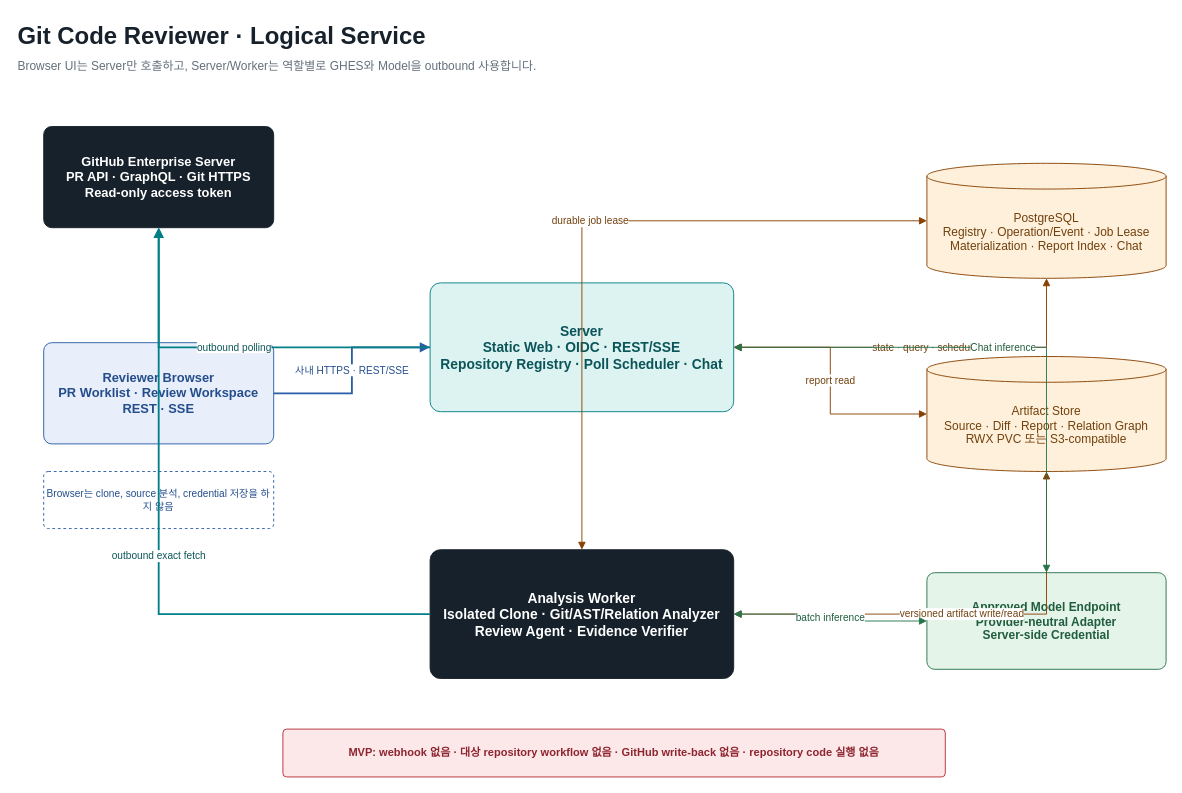
Above: page "1. Logical Service" (1 of 2) of .documents/visuals/git-code-reviewer.drawio in pydemia/git-code-reviewer (draw.io), before the change. Source tidied: cells renumbered, new cells numbered last; positions are measured from the earlier drawing's top-left corner, leaving out a move shared by most shapes. Both pictures are drawn from the tidied source at 92%, with x=0, y=0 at pixel (16, 16).
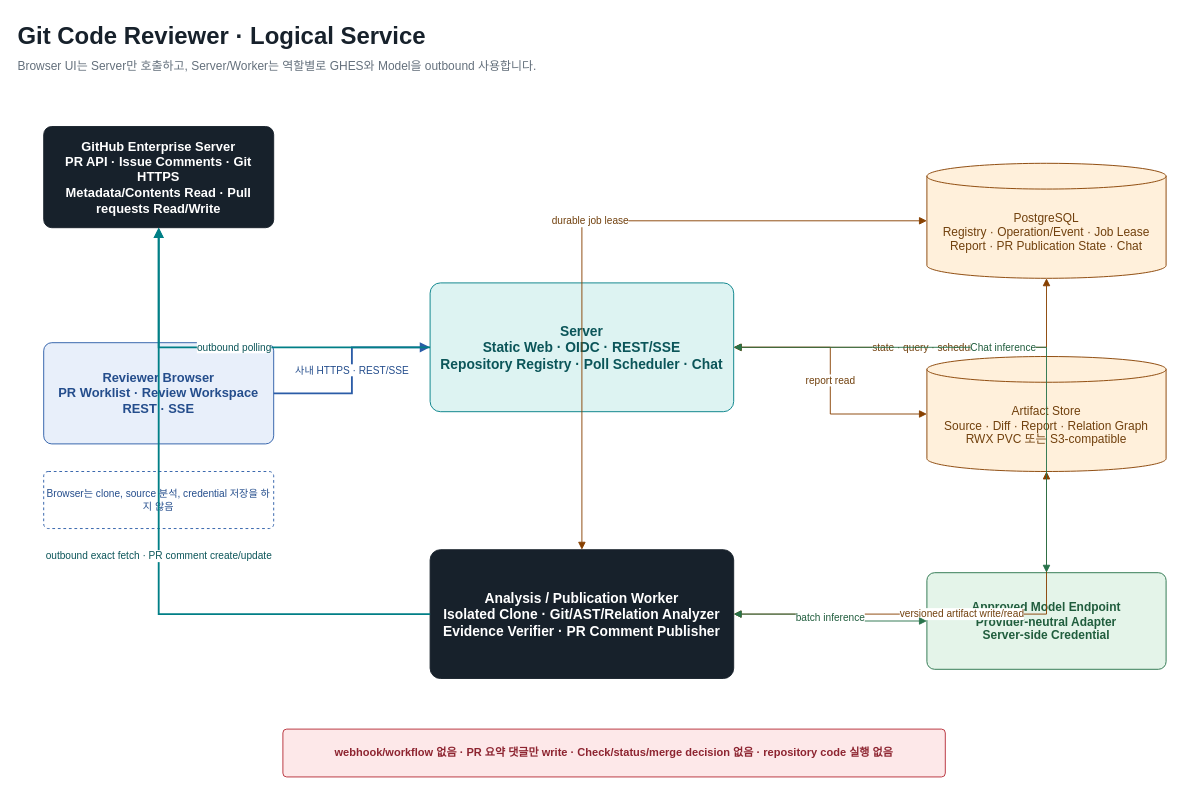
The same page after the edit.

Diff of the diagram source:
```diff
@@
-    <mxCell id="4" value="GitHub Enterprise Server&#10;PR API · GraphQL · Git HTTPS&#10;Read-only access token" style="rounded=1;whiteSpace=wrap;html=1;fillColor=#17212B;strokeColor=#17212B;fontColor=#FFFFFF;fontSize=14;fontStyle=1;arcSize=8;" parent="1" vertex="1">
+    <mxCell id="4" value="GitHub Enterprise Server&#10;PR API · Issue Comments · Git HTTPS&#10;Metadata/Contents Read · Pull requests Read/Write" style="rounded=1;whiteSpace=wrap;html=1;fillColor=#17212B;strokeColor=#17212B;fontColor=#FFFFFF;fontSize=14;fontStyle=1;arcSize=8;" parent="1" vertex="1">
       <mxGeometry x="30" y="120" width="250" height="110" as="geometry" />
     </mxCell>
@@
-    <mxCell id="8" value="Analysis Worker&#10;Isolated Clone · Git/AST/Relation Analyzer&#10;Review Agent · Evidence Verifier" style="rounded=1;whiteSpace=wrap;html=1;fillColor=#17212B;strokeColor=#17212B;fontColor=#FFFFFF;fontSize=15;fontStyle=1;arcSize=8;" parent="1" vertex="1">
+    <mxCell id="8" value="Analysis / Publication Worker&#10;Isolated Clone · Git/AST/Relation Analyzer&#10;Evidence Verifier · PR Comment Publisher" style="rounded=1;whiteSpace=wrap;html=1;fillColor=#17212B;strokeColor=#17212B;fontColor=#FFFFFF;fontSize=15;fontStyle=1;arcSize=8;" parent="1" vertex="1">
       <mxGeometry x="450" y="580" width="330" height="140" as="geometry" />
     </mxCell>
-    <mxCell id="9" value="PostgreSQL&#10;Registry · Operation/Event · Job Lease&#10;Materialization · Report Index · Chat" style="shape=cylinder3;whiteSpace=wrap;html=1;boundedLbl=1;backgroundOutline=1;size=14;fillColor=#FFF0DB;strokeColor=#884100;fontColor=#71400D;fontSize=13;" parent="1" vertex="1">
+    <mxCell id="9" value="PostgreSQL&#10;Registry · Operation/Event · Job Lease&#10;Report · PR Publication State · Chat" style="shape=cylinder3;whiteSpace=wrap;html=1;boundedLbl=1;backgroundOutline=1;size=14;fillColor=#FFF0DB;strokeColor=#884100;fontColor=#71400D;fontSize=13;" parent="1" vertex="1">
       <mxGeometry x="990" y="160" width="260" height="125" as="geometry" />
     </mxCell>
@@
-    <mxCell id="14" value="outbound exact fetch" style="edgeStyle=orthogonalEdgeStyle;rounded=0;html=1;endArrow=block;strokeColor=#007F86;strokeWidth=2;fontColor=#0B5559;labelBackgroundColor=#FFFFFF;" parent="1" edge="1" source="8" target="4">
+    <mxCell id="14" value="outbound exact fetch · PR comment create/update" style="edgeStyle=orthogonalEdgeStyle;rounded=0;html=1;endArrow=block;strokeColor=#007F86;strokeWidth=2;fontColor=#0B5559;labelBackgroundColor=#FFFFFF;" parent="1" edge="1" source="8" target="4">
       <mxGeometry relative="1" as="geometry" />
     </mxCell>
@@
-    <mxCell id="21" value="MVP: webhook 없음 · 대상 repository workflow 없음 · GitHub write-back 없음 · repository code 실행 없음" style="rounded=1;whiteSpace=wrap;html=1;fillColor=#FDE8E9;strokeColor=#B72D37;fontColor=#8D2430;fontSize=12;fontStyle=1;arcSize=8;" parent="1" vertex="1">
+    <mxCell id="21" value="webhook/workflow 없음 · PR 요약 댓글만 write · Check/status/merge decision 없음 · repository code 실행 없음" style="rounded=1;whiteSpace=wrap;html=1;fillColor=#FDE8E9;strokeColor=#B72D37;fontColor=#8D2430;fontSize=12;fontStyle=1;arcSize=8;" parent="1" vertex="1">
       <mxGeometry x="290" y="775" width="720" height="52" as="geometry" />
     </mxCell>
```
